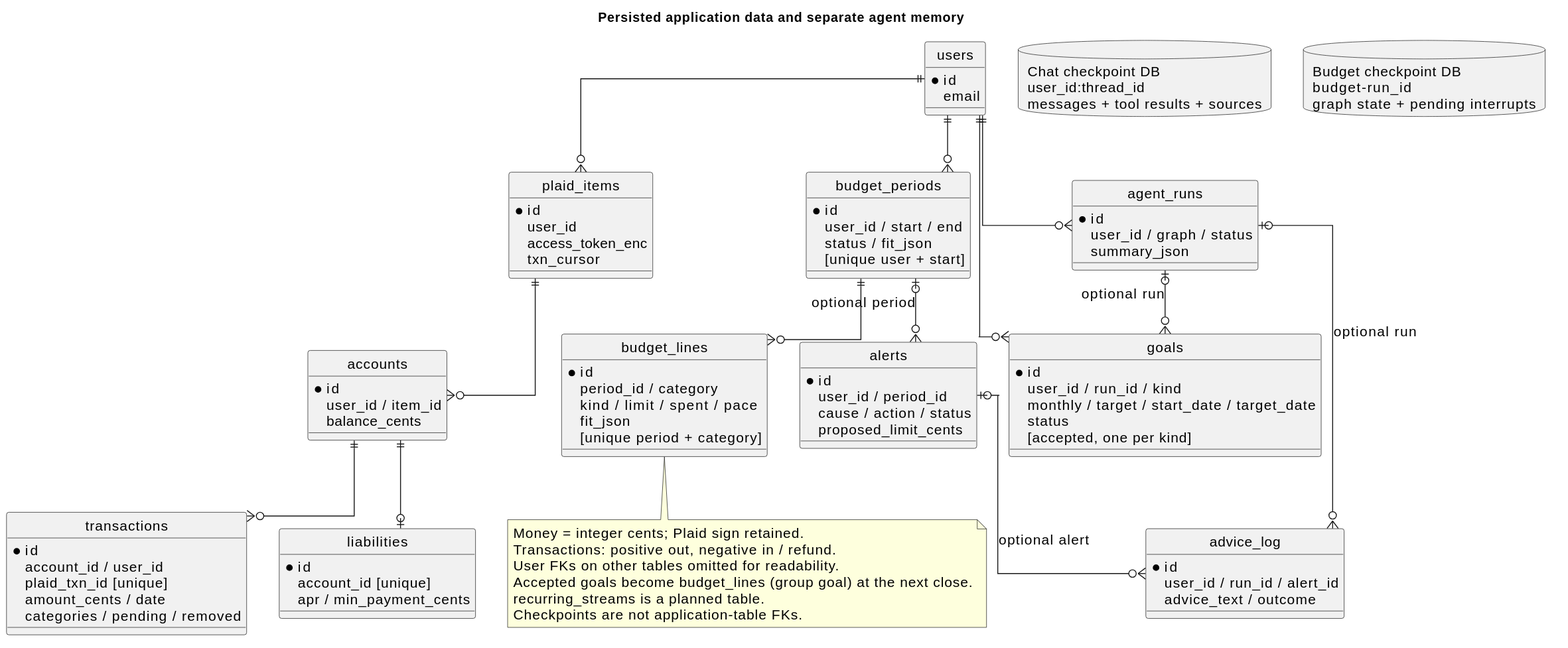
This is docs/diagrams/data-model.svg from Del0m/Agentic-Financial-Dashboard, a PlantUML export, as it was before one commit.
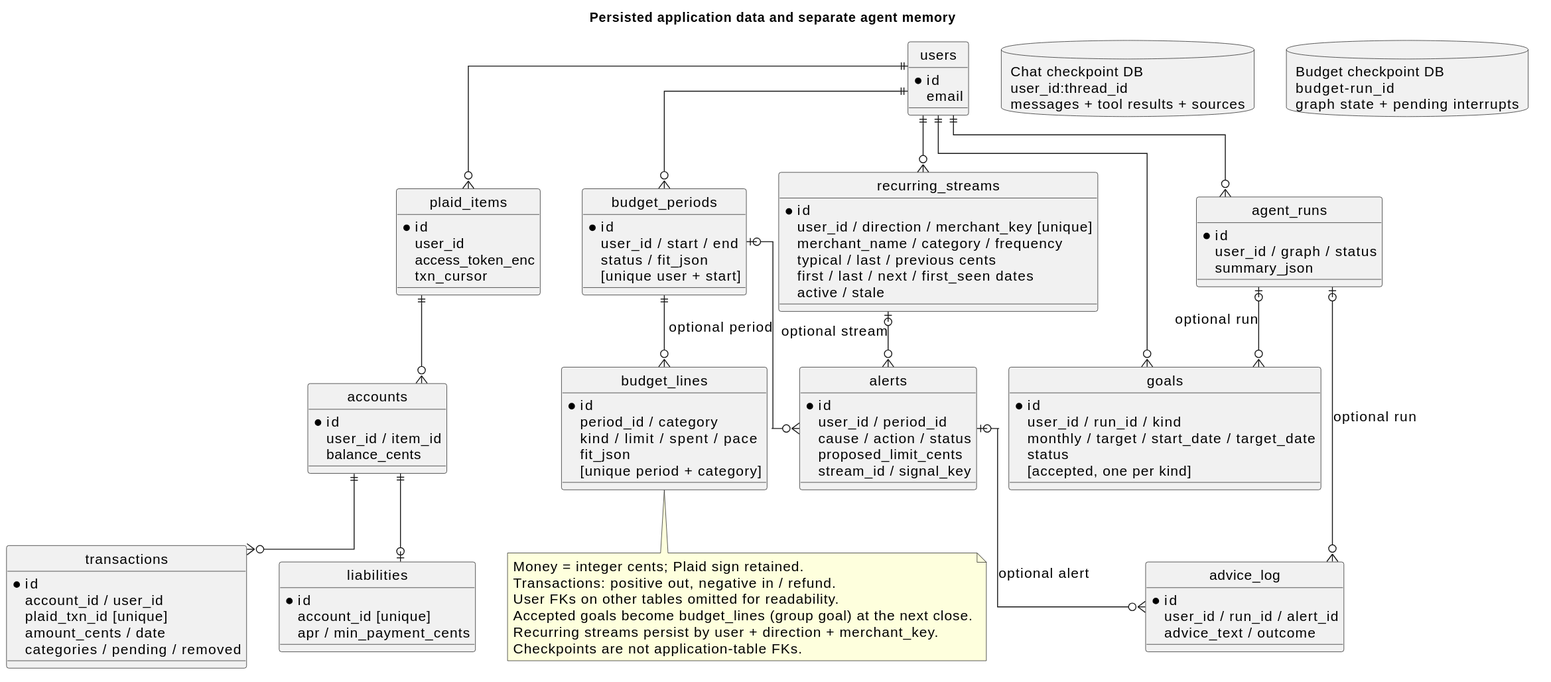
The same file after the commit.

What changed in the source:
```diff
@@ -58,6 +58,15 @@
   user_id / period_id
   cause / action / status
   proposed_limit_cents
+  stream_id / signal_key
+}
+entity recurring_streams {
+  * id
+  user_id / direction / merchant_key [unique]
+  merchant_name / category / frequency
+  typical / last / previous cents
+  first / last / next / first_seen dates
+  active / stale
 }
 entity advice_log {
   * id
@@ -79,6 +88,8 @@
 budget_periods ||--o{ budget_lines
 budget_periods |o--o{ alerts : optional period
 users ||--o{ agent_runs
+users ||--o{ recurring_streams
+recurring_streams |o--o{ alerts : optional stream
 users ||--o{ goals
 agent_runs |o--o{ goals : optional run
 agent_runs |o--o{ advice_log : optional run
@@ -88,7 +99,7 @@
 Transactions: positive out, negative in / refund.
 User FKs on other tables omitted for readability.
 Accepted goals become budget_lines (group goal) at the next close.
-recurring_streams is a planned table.
+Recurring streams persist by user + direction + merchant_key.
 Checkpoints are not application-table FKs.
 end note
 @enduml
```
